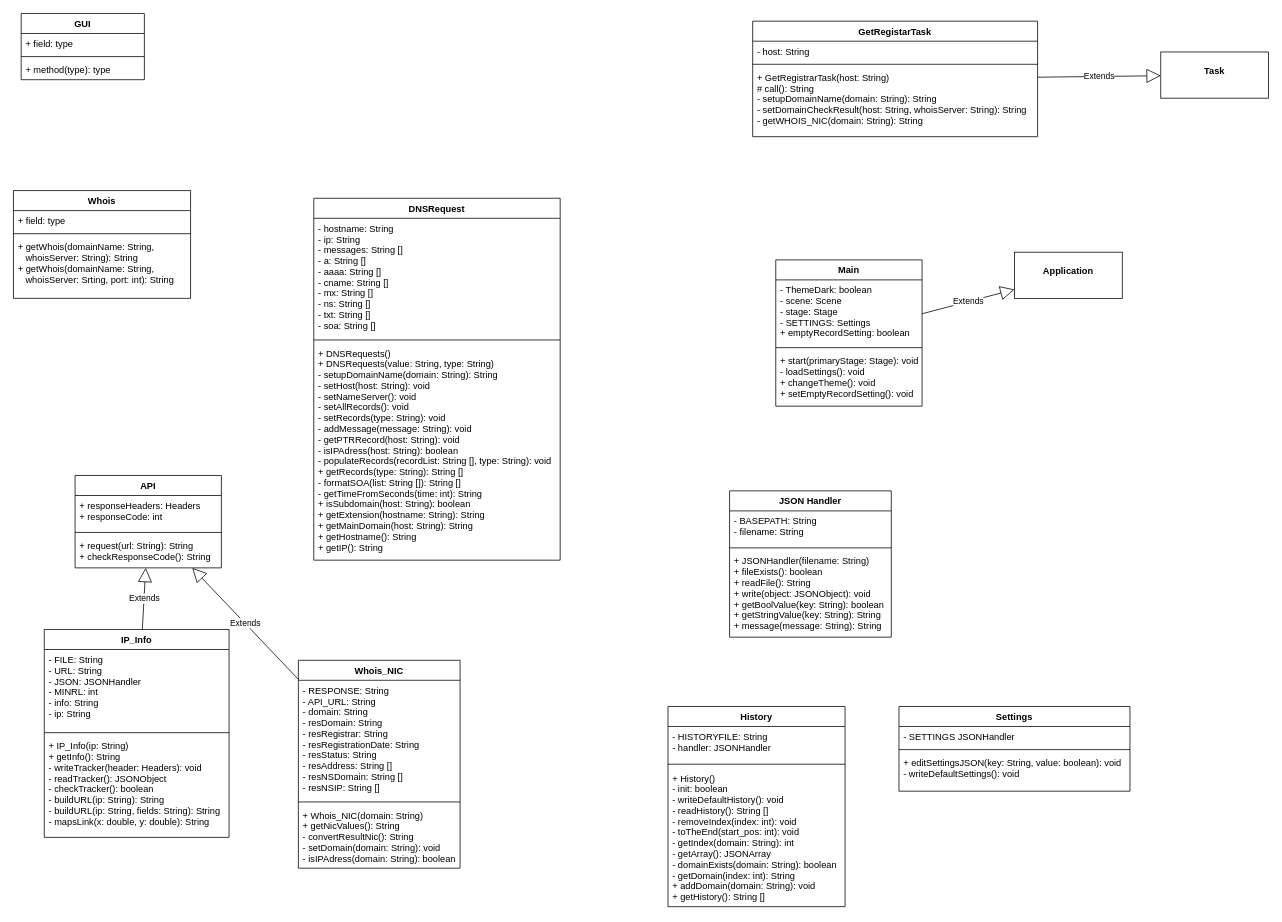
Above: Diagrams/DNS_Resolver.drawio in Luatan/DNSResolver (draw.io), before the change. Source tidied: cells renumbered, new cells numbered last; positions are measured from the earlier drawing's top-left corner, leaving out a move shared by most shapes. Both pictures are drawn from the tidied source at 77%, with x=0, y=0 at pixel (13, 13).
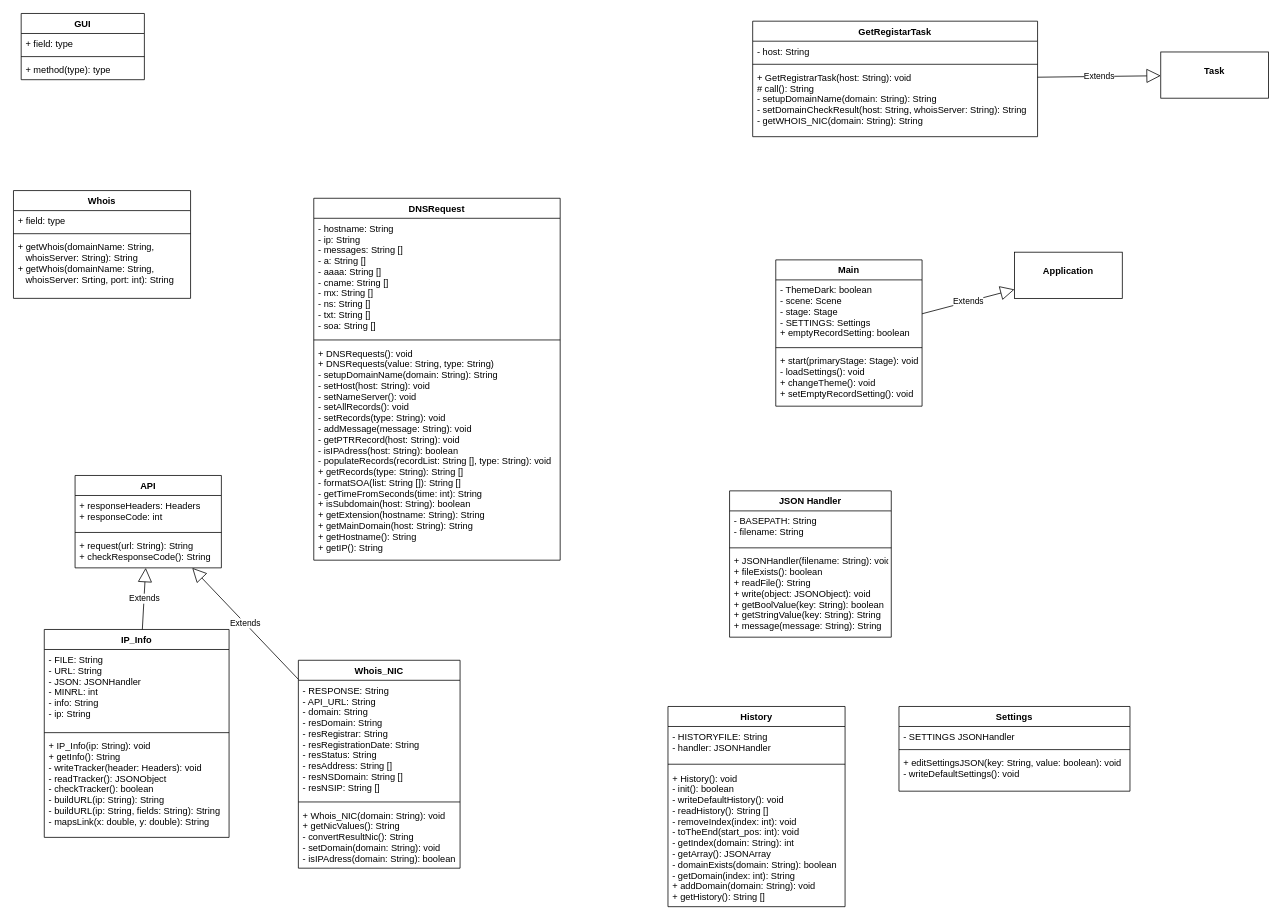
The same page after the edit.

Commit message (it also covers changes not shown here):
corrected UML

The change refers to these unchanged cells:
```xml
<mxCell id="2" value="IP_Info" style="swimlane;fontStyle=1;align=center;verticalAlign=top;horizontal=1;startSize=26;" parent="1" vertex="1">
  <mxGeometry x="40" y="800" width="240" height="270" as="geometry" />
</mxCell>
<mxCell id="10" value="Whois_NIC" style="swimlane;fontStyle=1;align=center;verticalAlign=top;horizontal=1;startSize=26;" parent="1" vertex="1">
  <mxGeometry x="370" y="840" width="210" height="270" as="geometry" />
</mxCell>
<mxCell id="22" value="JSON Handler" style="swimlane;fontStyle=1;align=center;verticalAlign=top;horizontal=1;startSize=26;" parent="1" vertex="1">
  <mxGeometry x="930" y="620" width="210" height="190" as="geometry" />
</mxCell>
<mxCell id="26" value="History" style="swimlane;fontStyle=1;align=center;verticalAlign=top;horizontal=1;startSize=26;" parent="1" vertex="1">
  <mxGeometry x="850" y="900" width="230" height="260" as="geometry" />
</mxCell>
<mxCell id="40" value="GetRegistarTask" style="swimlane;fontStyle=1;align=center;verticalAlign=top;horizontal=1;startSize=26;" parent="1" vertex="1">
  <mxGeometry x="960" y="10" width="370" height="150" as="geometry" />
</mxCell>
<mxCell id="44" value="DNSRequest" style="swimlane;fontStyle=1;align=center;verticalAlign=top;horizontal=1;startSize=26;" parent="1" vertex="1">
  <mxGeometry x="390" y="240" width="320" height="470" as="geometry" />
</mxCell>
```

What changed in the source:
```diff
@@
-    <mxCell id="5" value="+ IP_Info(ip: String)&#10;+ getInfo(): String&#10;- writeTracker(header: Headers): void&#10;- readTracker(): JSONObject&#10;- checkTracker(): boolean&#10;- buildURL(ip: String): String&#10;- buildURL(ip: String, fields: String): String&#10;- mapsLink(x: double, y: double): String" style="text;strokeColor=none;fillColor=none;align=left;verticalAlign=top;spacingLeft=4;spacingRight=4;overflow=hidden;" parent="2" vertex="1">
+    <mxCell id="5" value="+ IP_Info(ip: String): void&#10;+ getInfo(): String&#10;- writeTracker(header: Headers): void&#10;- readTracker(): JSONObject&#10;- checkTracker(): boolean&#10;- buildURL(ip: String): String&#10;- buildURL(ip: String, fields: String): String&#10;- mapsLink(x: double, y: double): String" style="text;strokeColor=none;fillColor=none;align=left;verticalAlign=top;spacingLeft=4;spacingRight=4;overflow=hidden;" parent="2" vertex="1">
       <mxGeometry y="138" width="240" height="132" as="geometry" />
     </mxCell>
@@
-    <mxCell id="13" value="+ Whois_NIC(domain: String)&#10;+ getNicValues(): String&#10;- convertResultNic(): String&#10;- setDomain(domain: String): void&#10;- isIPAdress(domain: String): boolean" style="text;strokeColor=none;fillColor=none;align=left;verticalAlign=top;spacingLeft=4;spacingRight=4;overflow=hidden;" parent="10" vertex="1">
+    <mxCell id="13" value="+ Whois_NIC(domain: String): void&#10;+ getNicValues(): String&#10;- convertResultNic(): String&#10;- setDomain(domain: String): void&#10;- isIPAdress(domain: String): boolean" style="text;strokeColor=none;fillColor=none;align=left;verticalAlign=top;spacingLeft=4;spacingRight=4;overflow=hidden;" parent="10" vertex="1">
       <mxGeometry y="188" width="210" height="82" as="geometry" />
     </mxCell>
@@
-    <mxCell id="25" value="+ JSONHandler(filename: String)&#10;+ fileExists(): boolean&#10;+ readFile(): String&#10;+ write(object: JSONObject): void&#10;+ getBoolValue(key: String): boolean&#10;+ getStringValue(key: String): String&#10;+ message(message: String): String&#10;" style="text;strokeColor=none;fillColor=none;align=left;verticalAlign=top;spacingLeft=4;spacingRight=4;overflow=hidden;" parent="22" vertex="1">
+    <mxCell id="25" value="+ JSONHandler(filename: String): void&#10;+ fileExists(): boolean&#10;+ readFile(): String&#10;+ write(object: JSONObject): void&#10;+ getBoolValue(key: String): boolean&#10;+ getStringValue(key: String): String&#10;+ message(message: String): String&#10;" style="text;strokeColor=none;fillColor=none;align=left;verticalAlign=top;spacingLeft=4;spacingRight=4;overflow=hidden;" parent="22" vertex="1">
       <mxGeometry y="78" width="210" height="112" as="geometry" />
     </mxCell>
@@
-    <mxCell id="29" value="+ History()&#10;- init: boolean&#10;- writeDefaultHistory(): void&#10;- readHistory(): String []&#10;- removeIndex(index: int): void&#10;- toTheEnd(start_pos: int): void&#10;- getIndex(domain: String): int&#10;- getArray(): JSONArray&#10;- domainExists(domain: String): boolean&#10;- getDomain(index: int): String&#10;+ addDomain(domain: String): void&#10;+ getHistory(): String []" style="text;strokeColor=none;fillColor=none;align=left;verticalAlign=top;spacingLeft=4;spacingRight=4;overflow=hidden;" parent="26" vertex="1">
+    <mxCell id="29" value="+ History(): void&#10;- init(): boolean&#10;- writeDefaultHistory(): void&#10;- readHistory(): String []&#10;- removeIndex(index: int): void&#10;- toTheEnd(start_pos: int): void&#10;- getIndex(domain: String): int&#10;- getArray(): JSONArray&#10;- domainExists(domain: String): boolean&#10;- getDomain(index: int): String&#10;+ addDomain(domain: String): void&#10;+ getHistory(): String []" style="text;strokeColor=none;fillColor=none;align=left;verticalAlign=top;spacingLeft=4;spacingRight=4;overflow=hidden;" parent="26" vertex="1">
       <mxGeometry y="80" width="230" height="180" as="geometry" />
     </mxCell>
@@
-    <mxCell id="43" value="+ GetRegistrarTask(host: String)&#10;# call(): String&#10;- setupDomainName(domain: String): String&#10;- setDomainCheckResult(host: String, whoisServer: String): String&#10;- getWHOIS_NIC(domain: String): String" style="text;strokeColor=none;fillColor=none;align=left;verticalAlign=top;spacingLeft=4;spacingRight=4;overflow=hidden;" parent="40" vertex="1">
+    <mxCell id="43" value="+ GetRegistrarTask(host: String): void&#10;# call(): String&#10;- setupDomainName(domain: String): String&#10;- setDomainCheckResult(host: String, whoisServer: String): String&#10;- getWHOIS_NIC(domain: String): String" style="text;strokeColor=none;fillColor=none;align=left;verticalAlign=top;spacingLeft=4;spacingRight=4;overflow=hidden;" parent="40" vertex="1">
       <mxGeometry y="60" width="370" height="90" as="geometry" />
     </mxCell>
@@
-    <mxCell id="47" value="+ DNSRequests()&#10;+ DNSRequests(value: String, type: String)&#10;- setupDomainName(domain: String): String&#10;- setHost(host: String): void&#10;- setNameServer(): void&#10;- setAllRecords(): void&#10;- setRecords(type: String): void&#10;- addMessage(message: String): void&#10;- getPTRRecord(host: String): void&#10;- isIPAdress(host: String): boolean&#10;- populateRecords(recordList: String [], type: String): void&#10;+ getRecords(type: String): String []&#10;- formatSOA(list: String []): String []&#10;- getTimeFromSeconds(time: int): String&#10;+ isSubdomain(host: String): boolean&#10;+ getExtension(hostname: String): String&#10;+ getMainDomain(host: String): String&#10;+ getHostname(): String&#10;+ getIP(): String" style="text;strokeColor=none;fillColor=none;align=left;verticalAlign=top;spacingLeft=4;spacingRight=4;overflow=hidden;" parent="44" vertex="1">
+    <mxCell id="47" value="+ DNSRequests(): void&#10;+ DNSRequests(value: String, type: String)&#10;- setupDomainName(domain: String): String&#10;- setHost(host: String): void&#10;- setNameServer(): void&#10;- setAllRecords(): void&#10;- setRecords(type: String): void&#10;- addMessage(message: String): void&#10;- getPTRRecord(host: String): void&#10;- isIPAdress(host: String): boolean&#10;- populateRecords(recordList: String [], type: String): void&#10;+ getRecords(type: String): String []&#10;- formatSOA(list: String []): String []&#10;- getTimeFromSeconds(time: int): String&#10;+ isSubdomain(host: String): boolean&#10;+ getExtension(hostname: String): String&#10;+ getMainDomain(host: String): String&#10;+ getHostname(): String&#10;+ getIP(): String" style="text;strokeColor=none;fillColor=none;align=left;verticalAlign=top;spacingLeft=4;spacingRight=4;overflow=hidden;" parent="44" vertex="1">
       <mxGeometry y="188" width="320" height="282" as="geometry" />
     </mxCell>
```
